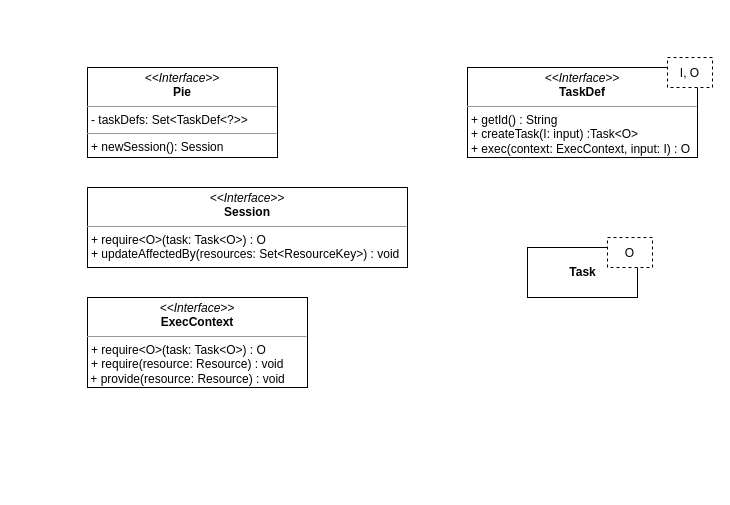
The draw.io diagram page "PIE-UML" (13 of 14) of Spoofax3 Diagrams.drawio in AZWN/Spoofax-pie-diagrams, before the edit. Source tidied: cells renumbered, new cells numbered last; positions are measured from the earlier drawing's top-left corner, leaving out a move shared by most shapes. Both pictures are drawn from the tidied source at 100%, with x=0, y=0 at pixel (87, 57).
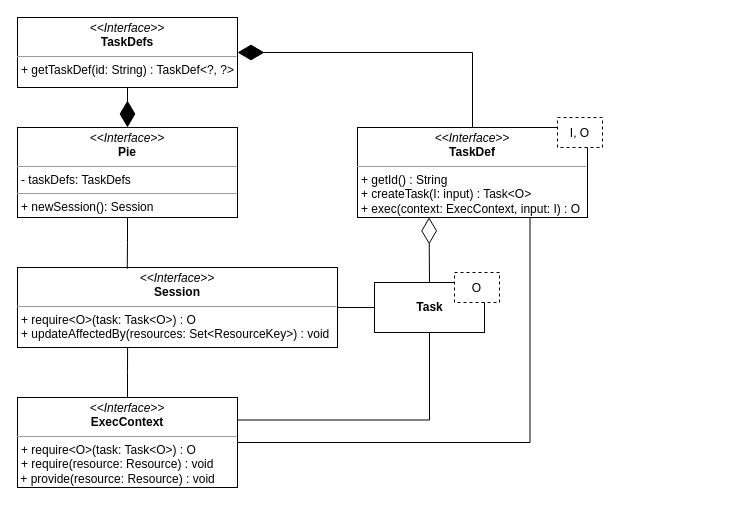
The same page after the edit.

Commit message:
Add edges and TaskDefs

Diff of the diagram source:
```diff
@@
 <mxGraphModel>
   <root>
     <mxCell id="0" />
     <mxCell id="1" parent="0" />
+    <mxCell id="9" style="edgeStyle=orthogonalEdgeStyle;rounded=0;jettySize=auto;html=1;exitX=1;exitY=0.5;exitDx=0;exitDy=0;entryX=0;entryY=0.5;entryDx=0;entryDy=0;startArrow=none;startFill=0;endArrow=none;endFill=0;" parent="1" edge="1" source="2" target="6">
+      <mxGeometry relative="1" as="geometry" />
+    </mxCell>
     <mxCell id="2" value="&lt;p style=&quot;margin: 0px ; margin-top: 4px ; text-align: center&quot;&gt;&lt;i&gt;&amp;lt;&amp;lt;Interface&amp;gt;&amp;gt;&lt;/i&gt;&lt;br&gt;&lt;b&gt;Session&lt;/b&gt;&lt;/p&gt;&lt;hr size=&quot;1&quot;&gt;&lt;p style=&quot;margin: 0px ; margin-left: 4px&quot;&gt;&lt;/p&gt;&lt;p style=&quot;margin: 0px ; margin-left: 4px&quot;&gt;+ require&amp;lt;O&amp;gt;(task: Task&amp;lt;O&amp;gt;) : O&lt;br&gt;+ updateAffectedBy(resources: Set&amp;lt;ResourceKey&amp;gt;) : void&lt;/p&gt;" style="verticalAlign=top;align=left;overflow=fill;fontSize=12;fontFamily=Helvetica;html=1;" parent="1" vertex="1">
-      <mxGeometry y="130" width="320" height="80" as="geometry" />
+      <mxGeometry x="-70" y="210" width="320" height="80" as="geometry" />
     </mxCell>
+    <mxCell id="10" style="edgeStyle=orthogonalEdgeStyle;rounded=0;jettySize=auto;html=1;exitX=1;exitY=0.25;exitDx=0;exitDy=0;entryX=0.5;entryY=1;entryDx=0;entryDy=0;startArrow=none;startFill=0;endArrow=none;endFill=0;" parent="1" edge="1" source="3" target="6">
+      <mxGeometry relative="1" as="geometry" />
+    </mxCell>
+    <mxCell id="11" style="edgeStyle=orthogonalEdgeStyle;rounded=0;jettySize=auto;html=1;exitX=1;exitY=0.5;exitDx=0;exitDy=0;entryX=0.75;entryY=1;entryDx=0;entryDy=0;startArrow=none;startFill=0;endArrow=none;endFill=0;" parent="1" edge="1" source="3" target="5">
+      <mxGeometry relative="1" as="geometry" />
+    </mxCell>
+    <mxCell id="12" style="edgeStyle=orthogonalEdgeStyle;rounded=0;jettySize=auto;html=1;exitX=0.5;exitY=0;exitDx=0;exitDy=0;entryX=0.344;entryY=1;entryDx=0;entryDy=0;entryPerimeter=0;startArrow=none;startFill=0;endArrow=none;endFill=0;" parent="1" edge="1" source="3" target="2">
+      <mxGeometry relative="1" as="geometry" />
+    </mxCell>
     <mxCell id="3" value="&lt;p style=&quot;margin: 0px ; margin-top: 4px ; text-align: center&quot;&gt;&lt;i&gt;&amp;lt;&amp;lt;Interface&amp;gt;&amp;gt;&lt;/i&gt;&lt;br&gt;&lt;b&gt;ExecContext&lt;/b&gt;&lt;/p&gt;&lt;hr size=&quot;1&quot;&gt;&lt;p style=&quot;margin: 0px ; margin-left: 4px&quot;&gt;&lt;/p&gt;&lt;p style=&quot;margin: 0px ; margin-left: 4px&quot;&gt;+ require&amp;lt;O&amp;gt;(task: Task&amp;lt;O&amp;gt;) : O&lt;br&gt;+ require(resource: Resource) : void&lt;/p&gt;&amp;nbsp;+ provide(resource: Resource) : void" style="verticalAlign=top;align=left;overflow=fill;fontSize=12;fontFamily=Helvetica;html=1;" parent="1" vertex="1">
-      <mxGeometry y="240" width="220" height="90" as="geometry" />
+      <mxGeometry x="-70" y="340" width="220" height="90" as="geometry" />
     </mxCell>
+    <mxCell id="13" style="edgeStyle=orthogonalEdgeStyle;rounded=0;jettySize=auto;html=1;exitX=0.5;exitY=1;exitDx=0;exitDy=0;entryX=0.343;entryY=0.016;entryDx=0;entryDy=0;entryPerimeter=0;startArrow=none;startFill=0;endArrow=none;endFill=0;" parent="1" edge="1" source="4" target="2">
+      <mxGeometry relative="1" as="geometry" />
+    </mxCell>
-    <mxCell id="4" value="&lt;p style=&quot;margin: 0px ; margin-top: 4px ; text-align: center&quot;&gt;&lt;i&gt;&amp;lt;&amp;lt;Interface&amp;gt;&amp;gt;&lt;/i&gt;&lt;br&gt;&lt;b&gt;Pie&lt;/b&gt;&lt;/p&gt;&lt;hr size=&quot;1&quot;&gt;&lt;p style=&quot;margin: 0px ; margin-left: 4px&quot;&gt;- taskDefs: Set&amp;lt;TaskDef&amp;lt;?&amp;gt;&amp;gt;&lt;/p&gt;&lt;hr size=&quot;1&quot;&gt;&lt;p style=&quot;margin: 0px ; margin-left: 4px&quot;&gt;+ newSession(): Session&lt;/p&gt;" style="verticalAlign=top;align=left;overflow=fill;fontSize=12;fontFamily=Helvetica;html=1;" parent="1" vertex="1">
-      <mxGeometry y="10" width="190" height="90" as="geometry" />
+    <mxCell id="4" value="&lt;p style=&quot;margin: 0px ; margin-top: 4px ; text-align: center&quot;&gt;&lt;i&gt;&amp;lt;&amp;lt;Interface&amp;gt;&amp;gt;&lt;/i&gt;&lt;br&gt;&lt;b&gt;Pie&lt;/b&gt;&lt;/p&gt;&lt;hr size=&quot;1&quot;&gt;&lt;p style=&quot;margin: 0px ; margin-left: 4px&quot;&gt;- taskDefs: TaskDefs&lt;br&gt;&lt;/p&gt;&lt;hr size=&quot;1&quot;&gt;&lt;p style=&quot;margin: 0px ; margin-left: 4px&quot;&gt;+ newSession(): Session&lt;/p&gt;" style="verticalAlign=top;align=left;overflow=fill;fontSize=12;fontFamily=Helvetica;html=1;" parent="1" vertex="1">
+      <mxGeometry x="-70" y="70" width="220" height="90" as="geometry" />
     </mxCell>
-    <mxCell id="5" value="&lt;p style=&quot;margin: 0px ; margin-top: 4px ; text-align: center&quot;&gt;&lt;i&gt;&amp;lt;&amp;lt;Interface&amp;gt;&amp;gt;&lt;/i&gt;&lt;br&gt;&lt;b&gt;TaskDef&lt;/b&gt;&lt;/p&gt;&lt;hr size=&quot;1&quot;&gt;&lt;p style=&quot;margin: 0px ; margin-left: 4px&quot;&gt;&lt;/p&gt;&lt;p style=&quot;margin: 0px ; margin-left: 4px&quot;&gt;+ getId() : String&lt;br&gt;+ createTask(I: input) :Task&amp;lt;O&amp;gt;&lt;br&gt;+ exec(context: ExecContext, input: I) : O&lt;/p&gt;" style="verticalAlign=top;align=left;overflow=fill;fontSize=12;fontFamily=Helvetica;html=1;" parent="1" vertex="1">
-      <mxGeometry x="380" y="10" width="230" height="90" as="geometry" />
+    <mxCell id="5" value="&lt;p style=&quot;margin: 0px ; margin-top: 4px ; text-align: center&quot;&gt;&lt;i&gt;&amp;lt;&amp;lt;Interface&amp;gt;&amp;gt;&lt;/i&gt;&lt;br&gt;&lt;b&gt;TaskDef&lt;/b&gt;&lt;/p&gt;&lt;hr size=&quot;1&quot;&gt;&lt;p style=&quot;margin: 0px ; margin-left: 4px&quot;&gt;&lt;/p&gt;&lt;p style=&quot;margin: 0px ; margin-left: 4px&quot;&gt;+ getId() : String&lt;br&gt;+ createTask(I: input) : Task&amp;lt;O&amp;gt;&lt;br&gt;+ exec(context: ExecContext, input: I) : O&lt;/p&gt;" style="verticalAlign=top;align=left;overflow=fill;fontSize=12;fontFamily=Helvetica;html=1;" parent="1" vertex="1">
+      <mxGeometry x="270" y="70" width="230" height="90" as="geometry" />
     </mxCell>
     <mxCell id="6" value="&lt;b&gt;Task&lt;/b&gt;" style="html=1;" parent="1" vertex="1">
-      <mxGeometry x="440" y="190" width="110" height="50" as="geometry" />
+      <mxGeometry x="287" y="225" width="110" height="50" as="geometry" />
     </mxCell>
     <mxCell id="7" value="I, O" style="fontStyle=0;dashed=1;" parent="1" vertex="1">
-      <mxGeometry x="580" width="45" height="30" as="geometry" />
+      <mxGeometry x="470" y="60" width="45" height="30" as="geometry" />
     </mxCell>
     <mxCell id="8" value="O" style="fontStyle=0;dashed=1;" parent="1" vertex="1">
-      <mxGeometry x="520" y="180" width="45" height="30" as="geometry" />
+      <mxGeometry x="367" y="215" width="45" height="30" as="geometry" />
     </mxCell>
+    <mxCell id="14" style="endArrow=diamondThin;endFill=0;endSize=24;html=1;entryX=0.311;entryY=0.998;entryDx=0;entryDy=0;exitX=0.5;exitY=0;exitDx=0;exitDy=0;entryPerimeter=0;" parent="1" edge="1" source="6" target="5">
+      <mxGeometry relative="1" as="geometry" />
+    </mxCell>
+    <mxCell id="15" value="&lt;p style=&quot;margin: 0px ; margin-top: 4px ; text-align: center&quot;&gt;&lt;i&gt;&amp;lt;&amp;lt;Interface&amp;gt;&amp;gt;&lt;/i&gt;&lt;br&gt;&lt;b&gt;TaskDefs&lt;/b&gt;&lt;/p&gt;&lt;hr size=&quot;1&quot;&gt;&lt;p style=&quot;margin: 0px ; margin-left: 4px&quot;&gt;&lt;/p&gt;&lt;p style=&quot;margin: 0px ; margin-left: 4px&quot;&gt;+ &lt;span class=&quot;pl-en&quot;&gt;&lt;span class=&quot;pl-token&quot;&gt;getTaskDef&lt;/span&gt;&lt;/span&gt;(&lt;span class=&quot;pl-v&quot;&gt;id: &lt;/span&gt;&lt;span class=&quot;pl-smi&quot;&gt;String&lt;/span&gt;) : &lt;span class=&quot;pl-k&quot;&gt;TaskDef&amp;lt;?, ?&amp;gt;&lt;/span&gt; &lt;span class=&quot;pl-en&quot;&gt;&lt;span class=&quot;pl-token&quot;&gt;&lt;/span&gt;&lt;/span&gt;&lt;/p&gt;" style="verticalAlign=top;align=left;overflow=fill;fontSize=12;fontFamily=Helvetica;html=1;" parent="1" vertex="1">
+      <mxGeometry x="-70" y="-40" width="220" height="70" as="geometry" />
+    </mxCell>
+    <mxCell id="16" style="endArrow=diamondThin;endFill=1;endSize=24;html=1;entryX=0.5;entryY=0;entryDx=0;entryDy=0;edgeStyle=orthogonalEdgeStyle;rounded=0;exitX=0.5;exitY=1;exitDx=0;exitDy=0;" parent="1" edge="1" source="15" target="4">
+      <mxGeometry relative="1" as="geometry" />
+    </mxCell>
+    <mxCell id="17" style="endArrow=diamondThin;endFill=1;endSize=24;html=1;entryX=1;entryY=0.5;entryDx=0;entryDy=0;exitX=0.5;exitY=0;exitDx=0;exitDy=0;edgeStyle=orthogonalEdgeStyle;rounded=0;" parent="1" edge="1" source="5" target="15">
+      <mxGeometry relative="1" as="geometry" />
+    </mxCell>
   </root>
 </mxGraphModel>
```
